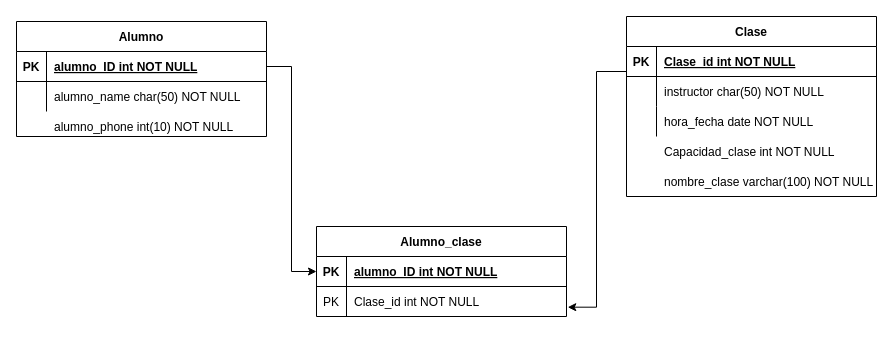
This is misc/Modelo Entidad-Relacion.drawio from ElGonan/HiTec, a draw.io file, before an edit. Source tidied: cells renumbered, new cells numbered last; positions are measured from the earlier drawing's top-left corner, leaving out a move shared by most shapes. Both pictures are drawn from the tidied source at 100%, with x=0, y=0 at pixel (16, 16).
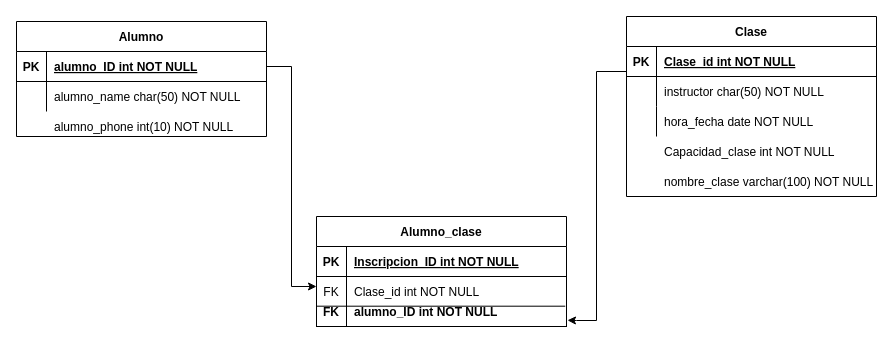
Above is the later version.

The change refers to these unchanged cells:
```xml
<mxCell id="3" style="shape=partialRectangle;fillColor=none;points=[[0,0.5],[1,0.5]];portConstraint=eastwest;top=0;left=0;right=0;bottom=1;" parent="2" vertex="1">
  <mxGeometry y="30" width="250" height="30" as="geometry" />
</mxCell>
<mxCell id="13" style="shape=partialRectangle;fillColor=none;points=[[0,0.5],[1,0.5]];portConstraint=eastwest;top=0;left=0;right=0;bottom=1;" parent="12" vertex="1">
  <mxGeometry y="30" width="250" height="30" as="geometry" />
</mxCell>
<mxCell id="24" style="shape=partialRectangle;fillColor=none;points=[[0,0.5],[1,0.5]];portConstraint=eastwest;top=0;left=0;right=0;bottom=1;" parent="23" vertex="1">
  <mxGeometry y="30" width="250" height="30" as="geometry" />
</mxCell>
<mxCell id="27" style="shape=partialRectangle;fillColor=none;points=[[0,0.5],[1,0.5]];portConstraint=eastwest;top=0;left=0;right=0;bottom=0;" parent="23" vertex="1">
  <mxGeometry y="60" width="250" height="30" as="geometry" />
</mxCell>
```

Change to the diagram source:
```diff
@@
-    <mxCell id="21" style="edgeStyle=orthogonalEdgeStyle;rounded=0;jettySize=auto;html=1;entryX=1.005;entryY=0.689;entryDx=0;entryDy=0;entryPerimeter=0;" parent="1" edge="1" source="3" target="27">
+    <mxCell id="21" style="edgeStyle=orthogonalEdgeStyle;rounded=0;jettySize=auto;html=1;entryX=1.004;entryY=0.793;entryDx=0;entryDy=0;entryPerimeter=0;" parent="1" edge="1" source="3" target="33">
       <mxGeometry relative="1" as="geometry">
         <Array as="points">
           <mxPoint x="580" y="55" />
-          <mxPoint x="580" y="291" />
+          <mxPoint x="580" y="304" />
+          <mxPoint x="560" y="304" />
         </Array>
       </mxGeometry>
     </mxCell>
@@
     <mxCell id="23" value="Alumno_clase" style="shape=table;startSize=30;childLayout=tableLayout;rowLines=0;fontStyle=1;align=center;" parent="1" vertex="1">
-      <mxGeometry x="300" y="210" width="250" height="90" as="geometry" />
+      <mxGeometry x="300" y="200" width="250" height="110" as="geometry" />
     </mxCell>
@@
-    <mxCell id="26" value="alumno_ID int NOT NULL" style="shape=partialRectangle;overflow=hidden;fillColor=none;top=0;left=0;bottom=0;right=0;align=left;spacingLeft=6;fontStyle=5;" parent="24" vertex="1">
+    <mxCell id="26" value="Inscripcion_ID int NOT NULL" style="shape=partialRectangle;overflow=hidden;fillColor=none;top=0;left=0;bottom=0;right=0;align=left;spacingLeft=6;fontStyle=5;" parent="24" vertex="1">
       <mxGeometry x="30" width="220" height="30" as="geometry" />
     </mxCell>
@@
-    <mxCell id="28" value="PK" style="shape=partialRectangle;overflow=hidden;fillColor=none;top=0;left=0;bottom=0;right=0;" parent="27" vertex="1">
+    <mxCell id="28" value="FK" style="shape=partialRectangle;overflow=hidden;fillColor=none;top=0;left=0;bottom=0;right=0;" parent="27" vertex="1">
       <mxGeometry width="30" height="30" as="geometry" />
     </mxCell>
@@
-    <mxCell id="31" style="edgeStyle=orthogonalEdgeStyle;rounded=0;jettySize=auto;html=1;entryX=0;entryY=0.5;entryDx=0;entryDy=0;" parent="1" edge="1" source="13" target="24">
+    <mxCell id="31" style="edgeStyle=orthogonalEdgeStyle;rounded=0;jettySize=auto;html=1;entryX=0;entryY=0.333;entryDx=0;entryDy=0;entryPerimeter=0;" parent="1" edge="1" source="13" target="27">
       <mxGeometry relative="1" as="geometry" />
     </mxCell>
@@
+    <mxCell id="33" style="shape=partialRectangle;fillColor=none;points=[[0,0.5],[1,0.5]];portConstraint=eastwest;top=0;left=0;right=0;bottom=1;" parent="1" vertex="1">
+      <mxGeometry x="300" y="280" width="250" height="30" as="geometry" />
+    </mxCell>
+    <mxCell id="34" value="FK" style="shape=partialRectangle;overflow=hidden;fillColor=none;top=0;left=0;bottom=0;right=0;fontStyle=1;" parent="33" vertex="1">
+      <mxGeometry width="30" height="30" as="geometry" />
+    </mxCell>
+    <mxCell id="35" value="alumno_ID int NOT NULL" style="shape=partialRectangle;overflow=hidden;fillColor=none;top=0;left=0;bottom=0;right=0;align=left;spacingLeft=6;fontStyle=1;" parent="33" vertex="1">
+      <mxGeometry x="30" width="220" height="30" as="geometry" />
+    </mxCell>
+    <mxCell id="36" style="endArrow=none;html=1;rounded=0;exitX=-0.001;exitY=0.323;exitDx=0;exitDy=0;exitPerimeter=0;entryX=0.995;entryY=0.323;entryDx=0;entryDy=0;entryPerimeter=0;" parent="1" edge="1" source="33" target="33">
+      <mxGeometry relative="1" as="geometry" />
+    </mxCell>
+    <mxCell id="37" style="endArrow=none;html=1;rounded=0;exitX=0.12;exitY=0.008;exitDx=0;exitDy=0;exitPerimeter=0;entryX=0.12;entryY=0.993;entryDx=0;entryDy=0;entryPerimeter=0;" parent="1" edge="1" source="24" target="33">
+      <mxGeometry relative="1" as="geometry" />
+    </mxCell>
```
